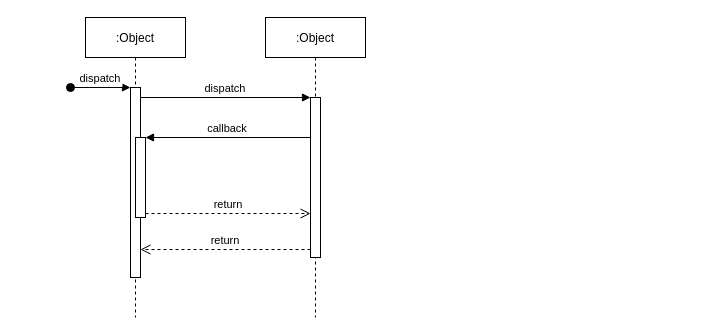
Earlier version of the draw.io diagram Untitled Diagram.drawio (mukulChandYadav/AgriculturalMarketplaceCrowdfunding). Source tidied: cells renumbered, new cells numbered last; positions are measured from the earlier drawing's top-left corner, leaving out a move shared by most shapes. Both pictures are drawn from the tidied source at 100%, with x=0, y=0 at pixel (70, 17).
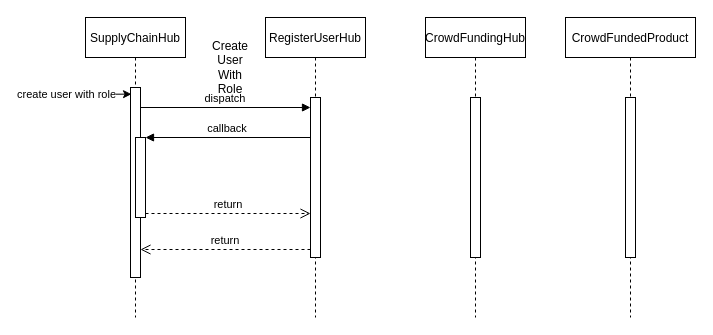
Above is the later version.

What changed in the source:
```diff
@@
 <mxGraphModel>
   <root>
     <mxCell id="0" />
     <mxCell id="1" parent="0" />
-    <mxCell id="2" value=":Object" style="shape=umlLifeline;perimeter=lifelinePerimeter;rounded=0;shadow=0;strokeWidth=1;" parent="1" vertex="1">
+    <mxCell id="2" value="SupplyChainHub" style="shape=umlLifeline;perimeter=lifelinePerimeter;rounded=0;shadow=0;strokeWidth=1;" parent="1" vertex="1">
       <mxGeometry x="15" width="100" height="300" as="geometry" />
     </mxCell>
     <mxCell id="3" style="points=[];perimeter=orthogonalPerimeter;rounded=0;shadow=0;strokeWidth=1;" parent="2" vertex="1">
       <mxGeometry x="45" y="70" width="10" height="190" as="geometry" />
     </mxCell>
-    <mxCell id="4" value="dispatch" style="verticalAlign=bottom;startArrow=oval;endArrow=block;startSize=8;shadow=0;strokeWidth=1;" parent="2" edge="1" target="3">
-      <mxGeometry relative="1" as="geometry">
-        <mxPoint x="-15" y="70" as="sourcePoint" />
-      </mxGeometry>
-    </mxCell>
     <mxCell id="5" style="points=[];perimeter=orthogonalPerimeter;rounded=0;shadow=0;strokeWidth=1;" parent="2" vertex="1">
       <mxGeometry x="50" y="120" width="10" height="80" as="geometry" />
     </mxCell>
-    <mxCell id="6" value=":Object" style="shape=umlLifeline;perimeter=lifelinePerimeter;rounded=0;shadow=0;strokeWidth=1;" parent="1" vertex="1">
+    <mxCell id="6" value="RegisterUserHub" style="shape=umlLifeline;perimeter=lifelinePerimeter;rounded=0;shadow=0;strokeWidth=1;" parent="1" vertex="1">
       <mxGeometry x="195" width="100" height="300" as="geometry" />
     </mxCell>
     <mxCell id="7" style="points=[];perimeter=orthogonalPerimeter;rounded=0;shadow=0;strokeWidth=1;" parent="6" vertex="1">
       <mxGeometry x="45" y="80" width="10" height="160" as="geometry" />
     </mxCell>
     <mxCell id="8" value="return" style="verticalAlign=bottom;endArrow=open;dashed=1;endSize=8;exitX=0;exitY=0.95;shadow=0;strokeWidth=1;" parent="1" edge="1" source="7" target="3">
       <mxGeometry relative="1" as="geometry" />
     </mxCell>
-    <mxCell id="9" value="dispatch" style="verticalAlign=bottom;endArrow=block;entryX=0;entryY=0;shadow=0;strokeWidth=1;" parent="1" edge="1" source="3" target="7">
-      <mxGeometry relative="1" as="geometry" />
+    <mxCell id="9" value="dispatch" style="verticalAlign=bottom;endArrow=block;entryX=0;entryY=0;shadow=0;strokeWidth=1;" parent="1" edge="1">
+      <mxGeometry relative="1" as="geometry">
+        <mxPoint x="70" y="90" as="sourcePoint" />
+        <mxPoint x="240" y="90" as="targetPoint" />
+      </mxGeometry>
     </mxCell>
     <mxCell id="10" value="callback" style="verticalAlign=bottom;endArrow=block;entryX=1;entryY=0;shadow=0;strokeWidth=1;" parent="1" edge="1" source="7" target="5">
       <mxGeometry relative="1" as="geometry" />
     </mxCell>
     <mxCell id="11" value="return" style="verticalAlign=bottom;endArrow=open;dashed=1;endSize=8;exitX=1;exitY=0.95;shadow=0;strokeWidth=1;" parent="1" edge="1" source="5" target="7">
       <mxGeometry relative="1" as="geometry" />
     </mxCell>
+    <mxCell id="12" value="CrowdFundingHub" style="shape=umlLifeline;perimeter=lifelinePerimeter;rounded=0;shadow=0;strokeWidth=1;" parent="1" vertex="1">
+      <mxGeometry x="355" width="100" height="300" as="geometry" />
+    </mxCell>
+    <mxCell id="13" style="perimeter=orthogonalPerimeter;rounded=0;shadow=0;strokeWidth=1;" parent="12" vertex="1">
+      <mxGeometry x="45" y="80" width="10" height="160" as="geometry" />
+    </mxCell>
+    <mxCell id="14" value="CrowdFundedProduct" style="shape=umlLifeline;perimeter=lifelinePerimeter;rounded=0;shadow=0;strokeWidth=1;" parent="1" vertex="1">
+      <mxGeometry x="495" width="130" height="300" as="geometry" />
+    </mxCell>
+    <mxCell id="15" style="perimeter=orthogonalPerimeter;rounded=0;shadow=0;strokeWidth=1;" parent="14" vertex="1">
+      <mxGeometry x="60" y="80" width="10" height="160" as="geometry" />
+    </mxCell>
+    <mxCell id="16" value="Create User With Role" style="text;html=1;strokeColor=none;fillColor=none;align=center;verticalAlign=middle;whiteSpace=wrap;rounded=0;" parent="1" vertex="1">
+      <mxGeometry x="135" y="40" width="50" height="20" as="geometry" />
+    </mxCell>
+    <mxCell id="17" style="endArrow=classic;html=1;entryX=0.1;entryY=0.035;entryDx=0;entryDy=0;entryPerimeter=0;" parent="1" edge="1" target="3">
+      <mxGeometry relative="1" as="geometry">
+        <mxPoint x="-45" y="77" as="sourcePoint" />
+      </mxGeometry>
+    </mxCell>
+    <mxCell id="18" value="create user with role" style="edgeLabel;html=1;align=center;verticalAlign=middle;" parent="17" vertex="1">
+      <mxGeometry x="-0.23" relative="1" as="geometry" />
+    </mxCell>
   </root>
 </mxGraphModel>
```
